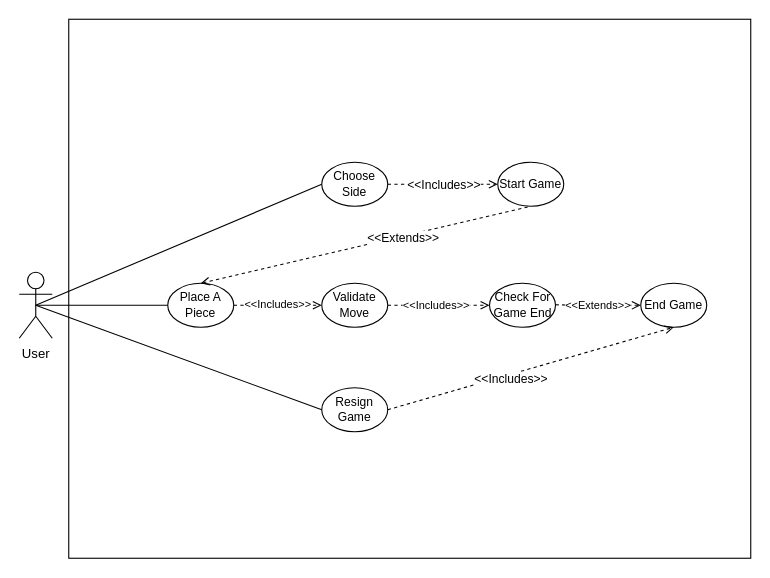
The draw.io diagram Iteration_1/Backend/UseCaseDiagrams/backend_UseCaseDiagram.drawio in m-yoon02/Condensation, before the edit. Source tidied: cells renumbered, new cells numbered last; positions are measured from the earlier drawing's top-left corner, leaving out a move shared by most shapes. Both pictures are drawn from the tidied source at 110%, with x=0, y=0 at pixel (19, 19).
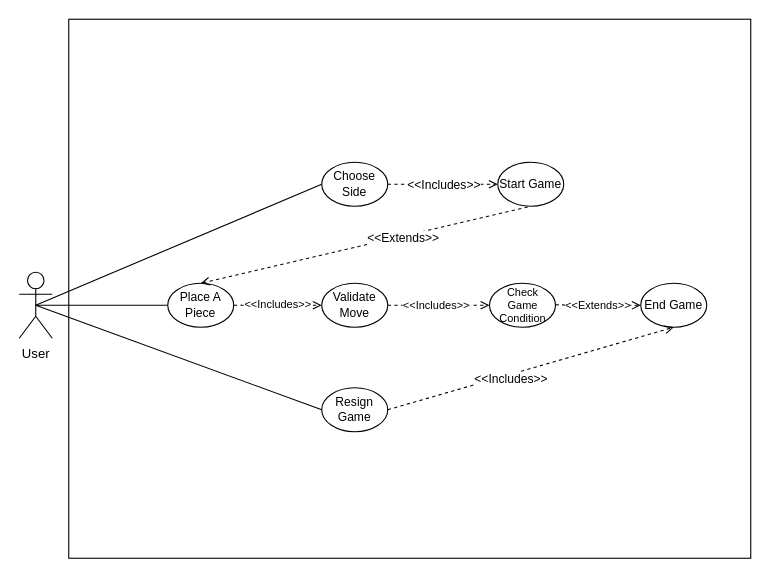
Above is the later version.

Commit message:
changed "check for game end" to "check game condition".

The edit, as a diff of the source:
```diff
@@
-    <mxCell id="15" value="Check For Game End" style="ellipse;whiteSpace=wrap;html=1;fontSize=11;" parent="1" vertex="1">
+    <mxCell id="15" value="Check Game Condition" style="ellipse;whiteSpace=wrap;html=1;fontSize=10;" parent="1" vertex="1">
       <mxGeometry x="427.5" y="240" width="60" height="40" as="geometry" />
     </mxCell>
```
